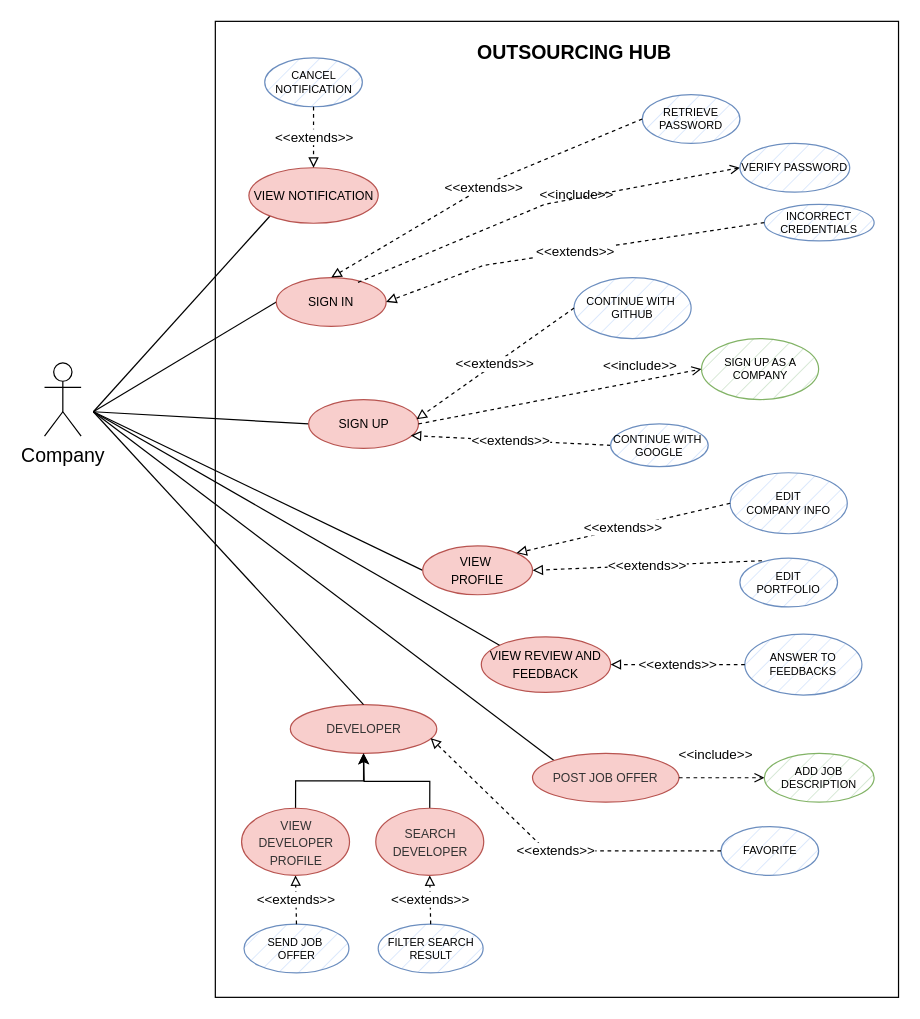
Before: use_cases/use_cases_company.drawio in mattiadanisi00/ids, a draw.io diagram. Source tidied: cells renumbered, new cells numbered last; positions are measured from the earlier drawing's top-left corner, leaving out a move shared by most shapes. Both pictures are drawn from the tidied source at 122%, with x=0, y=0 at pixel (44, 21).
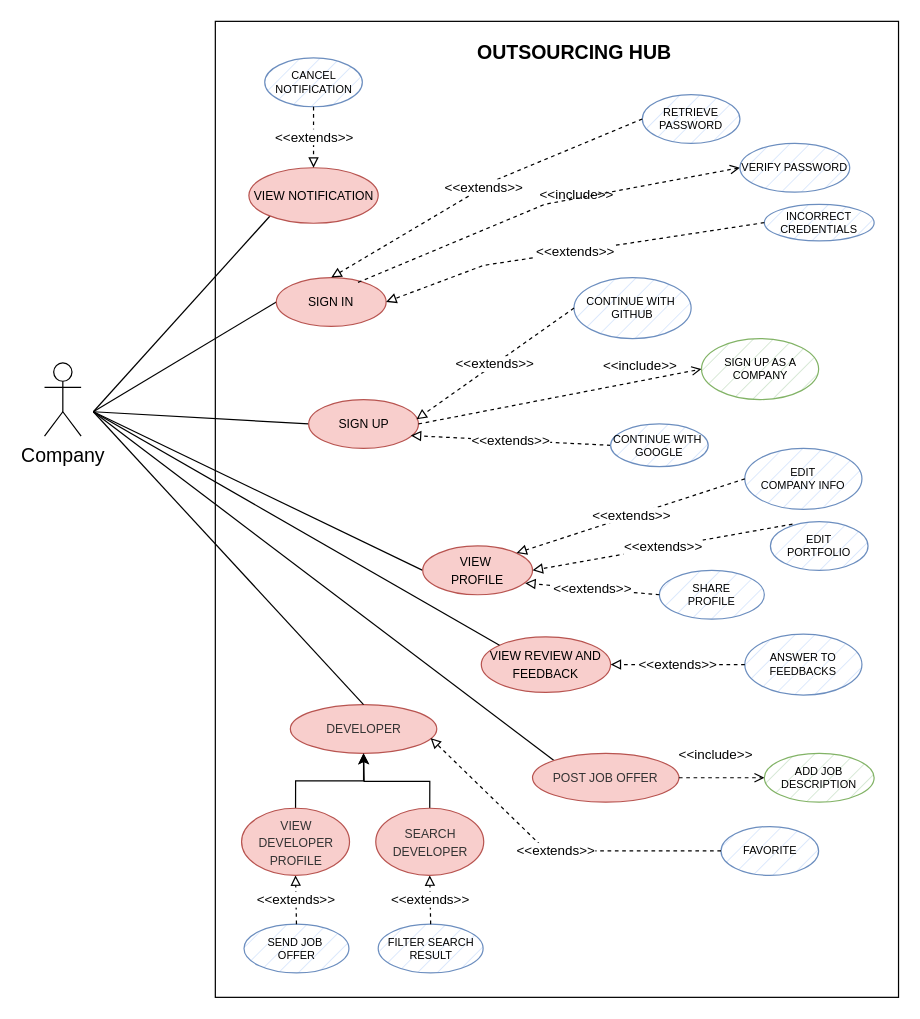
Above is the later version.

The change refers to these unchanged cells:
```xml
<mxCell id="12" value="&lt;font style=&quot;font-size: 10px;&quot;&gt;VIEW&amp;nbsp;&lt;br&gt;PROFILE&lt;/font&gt;" style="ellipse;whiteSpace=wrap;html=1;fillColor=#f8cecc;strokeColor=#b85450;" parent="1" vertex="1">
  <mxGeometry x="310" y="430" width="90" height="40" as="geometry" />
</mxCell>
```

What changed in the source:
```diff
@@
     <mxCell id="13" value="&lt;font style=&quot;font-size: 9px;&quot;&gt;EDIT&lt;br style=&quot;font-size: 9px;&quot;&gt;COMPANY INFO&lt;br style=&quot;font-size: 9px;&quot;&gt;&lt;/font&gt;" style="ellipse;whiteSpace=wrap;html=1;fillColor=#dae8fc;strokeColor=#6c8ebf;fontSize=9;strokeWidth=1;fillStyle=hatch;" parent="1" vertex="1">
-      <mxGeometry x="562" y="370" width="96" height="50" as="geometry" />
+      <mxGeometry x="574" y="350" width="96" height="50" as="geometry" />
     </mxCell>
@@
     <mxCell id="16" value="&lt;font style=&quot;font-size: 9px;&quot;&gt;EDIT&lt;br style=&quot;font-size: 9px;&quot;&gt;PORTFOLIO&lt;br style=&quot;font-size: 9px;&quot;&gt;&lt;/font&gt;" style="ellipse;whiteSpace=wrap;html=1;fillColor=#dae8fc;strokeColor=#6c8ebf;fontSize=9;strokeWidth=1;fillStyle=hatch;" parent="1" vertex="1">
-      <mxGeometry x="570" y="440" width="80" height="40" as="geometry" />
+      <mxGeometry x="595" y="410" width="80" height="40" as="geometry" />
     </mxCell>
@@
+    <mxCell id="51" value="&lt;font style=&quot;font-size: 9px;&quot;&gt;SHARE&lt;br&gt;PROFILE&lt;br style=&quot;font-size: 9px;&quot;&gt;&lt;/font&gt;" style="ellipse;whiteSpace=wrap;html=1;fillColor=#dae8fc;strokeColor=#6c8ebf;fontSize=9;strokeWidth=1;fillStyle=hatch;" parent="1" vertex="1">
+      <mxGeometry x="504" y="450" width="86" height="40" as="geometry" />
+    </mxCell>
+    <mxCell id="52" value="&amp;lt;&amp;lt;extends&amp;gt;&amp;gt;" style="endArrow=block;endFill=0;html=1;rounded=0;dashed=1;exitX=0;exitY=0.5;exitDx=0;exitDy=0;entryX=0.933;entryY=0.763;entryDx=0;entryDy=0;entryPerimeter=0;" parent="1" edge="1" source="51" target="12">
+      <mxGeometry relative="1" as="geometry" />
+    </mxCell>
```
